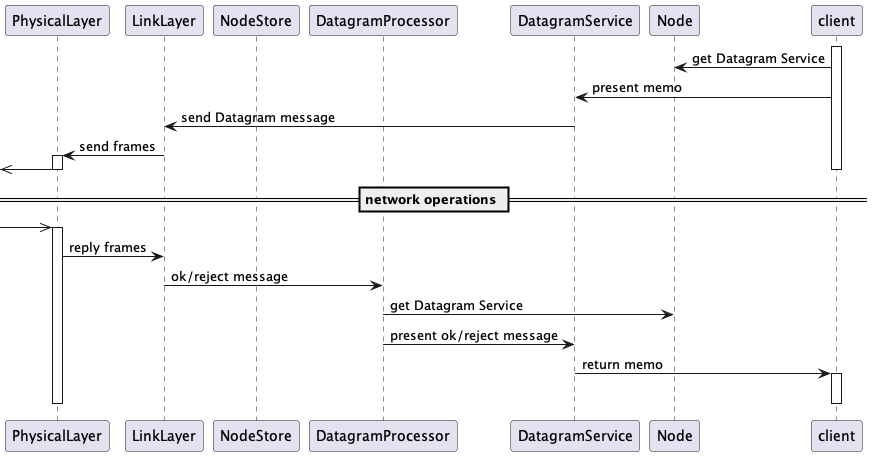
This is SendDatagramInteractions.png from bobjacobsen/OpenlcbLibrary, a PlantUML export, as it was before one commit. Its diagram source:
```plantuml
@startuml

participant PhysicalLayer
participant LinkLayer
participant NodeStore
participant DatagramProcessor
participant DatagramService
participant Node
participant client

activate client
client -> Node : get Datagram Service

client -> DatagramService : present memo
DatagramService -> LinkLayer : send Datagram message
LinkLayer -> PhysicalLayer : send frames

activate PhysicalLayer
<<- PhysicalLayer
deactivate PhysicalLayer
deactivate client

== network operations ==

->> PhysicalLayer
activate PhysicalLayer
PhysicalLayer -> LinkLayer : reply frames
LinkLayer -> DatagramProcessor : ok/reject message
DatagramProcessor -> Node : get Datagram Service
DatagramProcessor -> DatagramService : present ok/reject message

DatagramService -> client : return memo
activate client
deactivate client

deactivate PhysicalLayer

@enduml
```
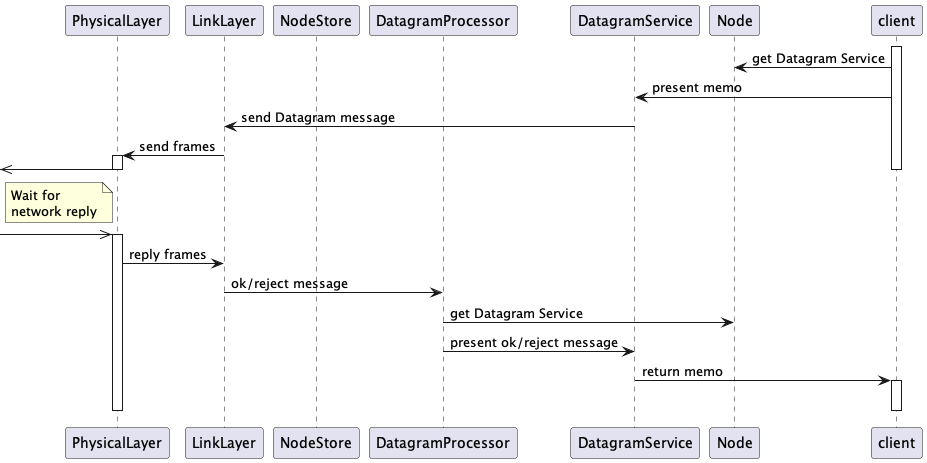
After the change.

Change to the diagram source:
```diff
@@ -20,7 +20,7 @@
 deactivate PhysicalLayer
 deactivate client
 
-== network operations ==
+note left of PhysicalLayer : Wait for\nnetwork reply
 
 ->> PhysicalLayer
 activate PhysicalLayer
```
